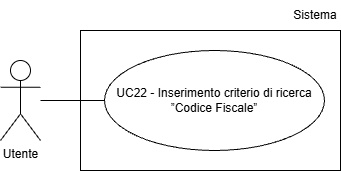
Earlier version of the draw.io export assets/Use_Case_Diagrams/UC22.png (Team-Three-Technologies/Documenti). Source tidied: cells renumbered, new cells last; positions are measured from the earlier drawing's top-left corner, leaving out a move shared by most shapes.
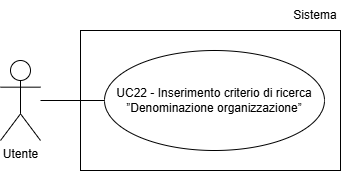
After the change.

The edit, as a diff of the source:
```diff
@@ -5,14 +5,14 @@
     <mxCell id="2" value="Utente" style="shape=umlActor;verticalLabelPosition=bottom;verticalAlign=top;html=1;" parent="1" vertex="1">
       <mxGeometry y="60" width="40" height="80" as="geometry" />
     </mxCell>
-    <mxCell id="3" value="UC22 - Inserimento criterio di ricerca ”Codice Fiscale”" style="ellipse;whiteSpace=wrap;html=1;align=center;" parent="1" vertex="1">
-      <mxGeometry x="104" y="50" width="220" height="100" as="geometry" />
-    </mxCell>
-    <mxCell id="4" style="endArrow=none;html=1;rounded=0;entryX=0;entryY=0.5;entryDx=0;entryDy=0;" parent="1" edge="1" target="3">
-      <mxGeometry relative="1" as="geometry">
-        <mxPoint x="40" y="100" as="sourcePoint" />
-      </mxGeometry>
-    </mxCell>
+    <mxCell id="7" value="UC22 - Inserimento criterio di ricerca ”Denominazione organizzazione”" style="ellipse;whiteSpace=wrap;html=1;align=center;" parent="1" vertex="1">
+      <mxGeometry x="104" y="50" width="220" height="100" as="geometry" />
+    </mxCell>
+    <mxCell id="8" style="endArrow=none;html=1;rounded=0;entryX=0;entryY=0.5;entryDx=0;entryDy=0;" parent="1" edge="1" target="7">
+      <mxGeometry relative="1" as="geometry">
+        <mxPoint x="40" y="100" as="sourcePoint" />
+      </mxGeometry>
+    </mxCell>
     <mxCell id="5" style="rounded=0;whiteSpace=wrap;html=1;fillColor=none;" parent="1" vertex="1">
       <mxGeometry x="80" y="30" width="260" height="140" as="geometry" />
     </mxCell>
```
